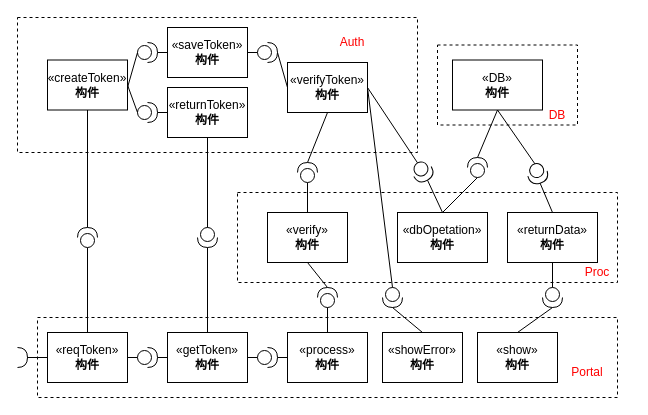
This is MXX-EXAMPLE-ATOMIC2.drawio from WFUing/GRADUATION, a draw.io file, before an edit. Source tidied: cells renumbered, new cells numbered last; positions are measured from the earlier drawing's top-left corner, leaving out a move shared by most shapes. Both pictures are drawn from the tidied source at 100%, with x=0, y=0 at pixel (17, 17).
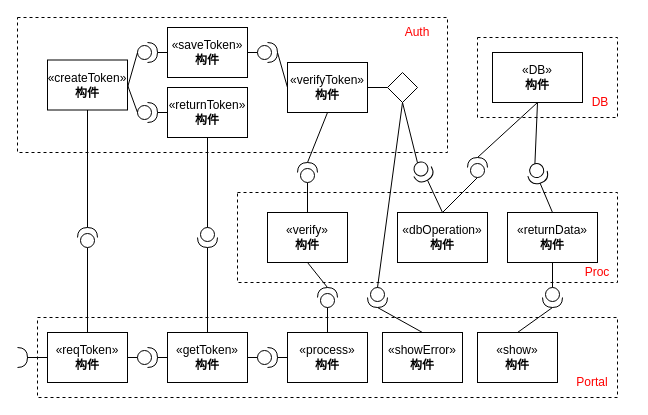
After the change.

Unchanged cells that the change refers to:
```xml
<mxCell id="19" value="«verifyToken»&lt;br&gt;&lt;b&gt;构件&lt;/b&gt;" style="html=1;whiteSpace=wrap;" parent="1" vertex="1">
  <mxGeometry x="270" y="45" width="80" height="50" as="geometry" />
</mxCell>
<mxCell id="55" style="shape=providedRequiredInterface;html=1;verticalLabelPosition=bottom;sketch=0;rotation=60;" parent="1" vertex="1">
  <mxGeometry x="395" y="144" width="20" height="20" as="geometry" />
</mxCell>
```

What changed in the source:
```diff
@@
     <mxCell id="2" style="rounded=0;whiteSpace=wrap;html=1;dashed=1;" parent="1" vertex="1">
-      <mxGeometry width="400" height="135" as="geometry" />
+      <mxGeometry width="430" height="135" as="geometry" />
     </mxCell>
     <mxCell id="3" style="rounded=0;whiteSpace=wrap;html=1;dashed=1;" parent="1" vertex="1">
-      <mxGeometry x="420" y="27.5" width="140" height="80" as="geometry" />
+      <mxGeometry x="460" y="20" width="140" height="80" as="geometry" />
     </mxCell>
@@
-    <mxCell id="20" value="«dbOpetation»&lt;br&gt;&lt;b&gt;构件&lt;/b&gt;" style="html=1;whiteSpace=wrap;" parent="1" vertex="1">
+    <mxCell id="20" value="«dbOperation»&lt;br&gt;&lt;b&gt;构件&lt;/b&gt;" style="html=1;whiteSpace=wrap;" parent="1" vertex="1">
       <mxGeometry x="380" y="195" width="90" height="50" as="geometry" />
     </mxCell>
@@
     <mxCell id="26" value="«DB»&lt;br&gt;&lt;b&gt;构件&lt;/b&gt;" style="html=1;whiteSpace=wrap;" parent="1" vertex="1">
-      <mxGeometry x="435" y="42.5" width="90" height="50" as="geometry" />
+      <mxGeometry x="475" y="35" width="90" height="50" as="geometry" />
     </mxCell>
@@
     <mxCell id="29" style="shape=providedRequiredInterface;html=1;verticalLabelPosition=bottom;sketch=0;rotation=90;" parent="1" vertex="1">
-      <mxGeometry x="365" y="270" width="20" height="20" as="geometry" />
+      <mxGeometry x="350" y="270" width="20" height="20" as="geometry" />
     </mxCell>
@@
     <mxCell id="31" value="&lt;font color=&quot;#ff0000&quot;&gt;Auth&lt;/font&gt;" style="text;strokeColor=none;align=center;fillColor=none;html=1;verticalAlign=middle;whiteSpace=wrap;rounded=0;" parent="1" vertex="1">
-      <mxGeometry x="305" y="10" width="60" height="30" as="geometry" />
+      <mxGeometry x="370" width="60" height="30" as="geometry" />
     </mxCell>
     <mxCell id="32" value="&lt;font color=&quot;#ff0000&quot;&gt;DB&lt;/font&gt;" style="text;strokeColor=none;align=center;fillColor=none;html=1;verticalAlign=middle;whiteSpace=wrap;rounded=0;" parent="1" vertex="1">
-      <mxGeometry x="510" y="82.5" width="60" height="30" as="geometry" />
+      <mxGeometry x="553" y="70" width="60" height="30" as="geometry" />
     </mxCell>
@@
     <mxCell id="34" value="&lt;font color=&quot;#ff0000&quot;&gt;Portal&lt;/font&gt;" style="text;strokeColor=none;align=center;fillColor=none;html=1;verticalAlign=middle;whiteSpace=wrap;rounded=0;" parent="1" vertex="1">
-      <mxGeometry x="540" y="340" width="60" height="30" as="geometry" />
+      <mxGeometry x="545" y="350" width="60" height="30" as="geometry" />
     </mxCell>
@@
-    <mxCell id="56" style="rounded=0;jettySize=auto;html=1;endArrow=none;endFill=0;entryX=0;entryY=0.5;entryDx=0;entryDy=0;entryPerimeter=0;exitX=1;exitY=0.5;exitDx=0;exitDy=0;" parent="1" edge="1" source="19" target="55">
-      <mxGeometry relative="1" as="geometry" />
-    </mxCell>
-    <mxCell id="57" style="rounded=0;jettySize=auto;html=1;endArrow=none;endFill=0;entryX=0;entryY=0.5;entryDx=0;entryDy=0;entryPerimeter=0;exitX=1;exitY=0.5;exitDx=0;exitDy=0;" parent="1" edge="1" source="19" target="29">
-      <mxGeometry relative="1" as="geometry" />
-    </mxCell>
@@
+    <mxCell id="67" style="rhombus;" parent="1" vertex="1">
+      <mxGeometry x="370" y="55" width="30" height="30" as="geometry" />
+    </mxCell>
+    <mxCell id="68" style="rounded=0;jettySize=auto;html=1;endArrow=none;endFill=0;exitX=1;exitY=0.5;exitDx=0;exitDy=0;entryX=0;entryY=0.5;entryDx=0;entryDy=0;" parent="1" edge="1" source="19" target="67">
+      <mxGeometry relative="1" as="geometry" />
+    </mxCell>
+    <mxCell id="69" style="rounded=0;jettySize=auto;html=1;endArrow=none;endFill=0;exitX=0.5;exitY=1;exitDx=0;exitDy=0;entryX=0;entryY=0.5;entryDx=0;entryDy=0;entryPerimeter=0;" parent="1" edge="1" source="67" target="55">
+      <mxGeometry relative="1" as="geometry" />
+    </mxCell>
+    <mxCell id="70" style="rounded=0;jettySize=auto;html=1;endArrow=none;endFill=0;exitX=0.5;exitY=1;exitDx=0;exitDy=0;entryX=0;entryY=0.5;entryDx=0;entryDy=0;entryPerimeter=0;" parent="1" edge="1" source="67" target="29">
+      <mxGeometry relative="1" as="geometry" />
+    </mxCell>
```
